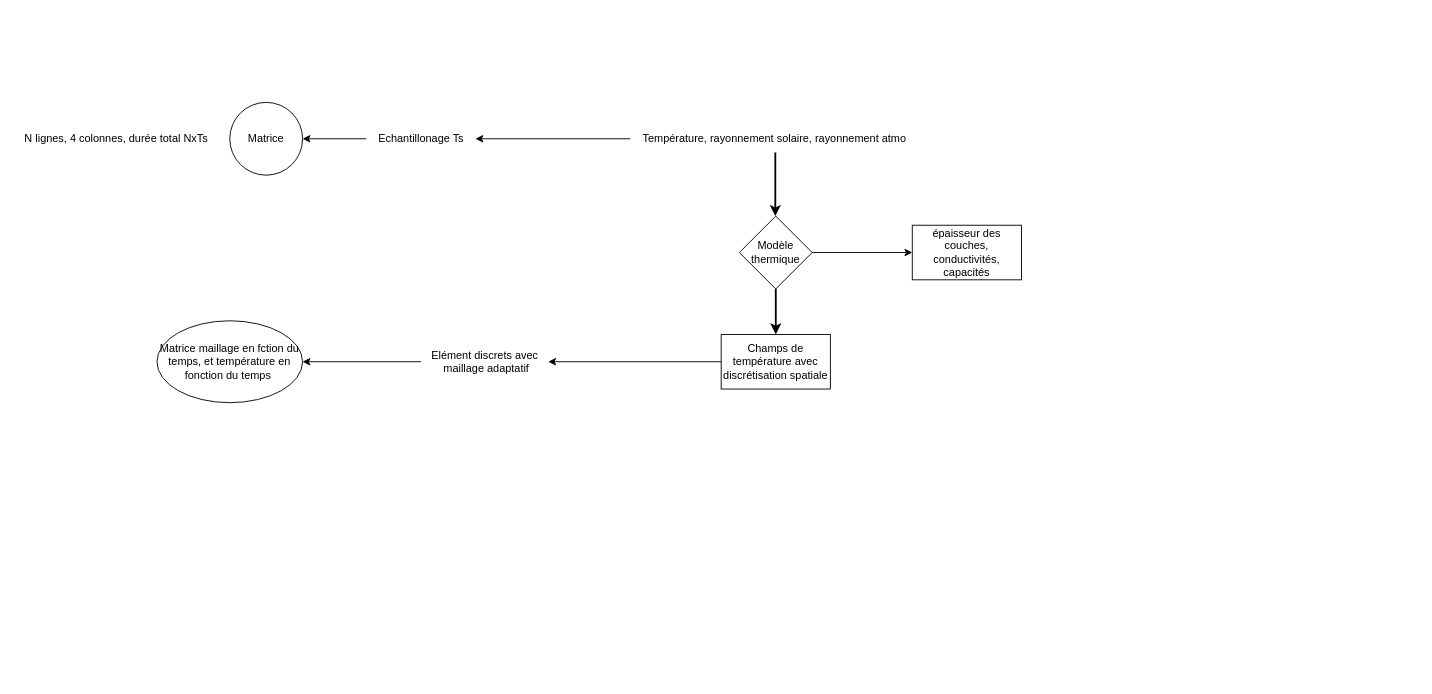
Belmondo86/EMGCU_git keeps this draw.io diagram as Diagramme sans nom.drawio. Above is the earlier version. Source tidied: cells renumbered, new cells numbered last; positions are measured from the earlier drawing's top-left corner, leaving out a move shared by most shapes. Both pictures are drawn from the tidied source at 91%, with x=0, y=0 at pixel (15, 102).
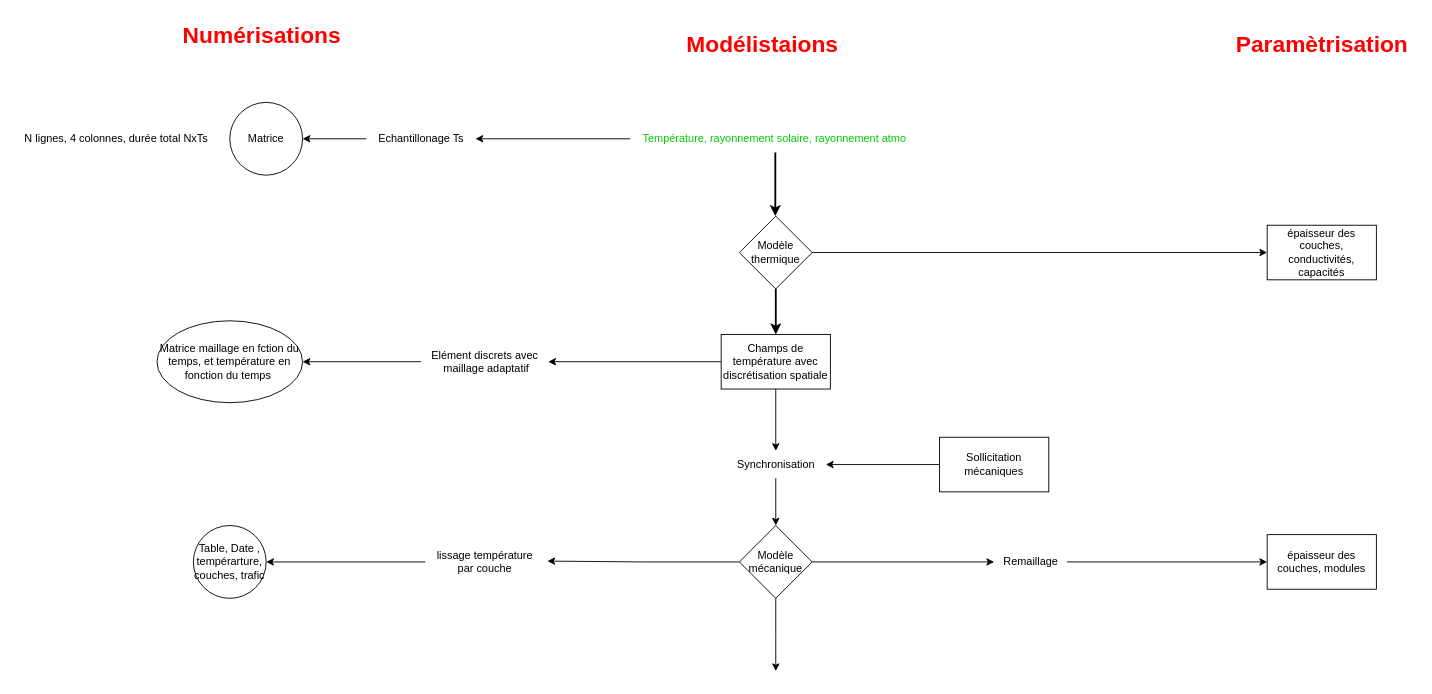
Above is the later version.

Commit message:
Mettre à jour Diagramme sans nom.drawio

The change refers to these unchanged cells:
```xml
<mxCell id="14" value="Champs de température avec discrétisation spatiale" style="whiteSpace=wrap;html=1;" parent="1" vertex="1">
  <mxGeometry x="775" y="255" width="120" height="60" as="geometry" />
</mxCell>
```

What changed in the source:
```diff
@@
     <mxCell id="2" value="épaisseur des couches, conductivités, capacités" style="rounded=0;whiteSpace=wrap;html=1;" parent="1" vertex="1">
-      <mxGeometry x="985" y="135" width="120" height="60" as="geometry" />
+      <mxGeometry x="1375" y="135" width="120" height="60" as="geometry" />
     </mxCell>
@@
-    <mxCell id="6" value="Température, rayonnement solaire, rayonnement atmo&amp;nbsp;" style="text;html=1;align=center;verticalAlign=middle;points=[];strokeColor=none;fillColor=none;" parent="1" vertex="1">
+    <mxCell id="6" value="&lt;font color=&quot;#00cc00&quot;&gt;Température, rayonnement solaire, rayonnement atmo&amp;nbsp;&lt;/font&gt;" style="text;html=1;align=center;verticalAlign=middle;points=[];strokeColor=none;fillColor=none;" parent="1" vertex="1">
       <mxGeometry x="675" y="25" width="320" height="30" as="geometry" />
     </mxCell>
@@
+    <mxCell id="18" style="edgeStyle=orthogonalEdgeStyle;rounded=0;jettySize=auto;html=1;" parent="1" edge="1" source="14" target="30">
+      <mxGeometry relative="1" as="geometry" />
+    </mxCell>
@@
+    <mxCell id="19" style="edgeStyle=orthogonalEdgeStyle;rounded=0;jettySize=auto;html=1;" parent="1" edge="1" source="22" target="32">
+      <mxGeometry relative="1" as="geometry" />
+    </mxCell>
+    <mxCell id="20" style="edgeStyle=orthogonalEdgeStyle;rounded=0;jettySize=auto;html=1;entryX=1.031;entryY=0.477;entryDx=0;entryDy=0;entryPerimeter=0;" parent="1" edge="1" source="22" target="34">
+      <mxGeometry relative="1" as="geometry" />
+    </mxCell>
+    <mxCell id="21" style="edgeStyle=orthogonalEdgeStyle;rounded=0;jettySize=auto;html=1;" parent="1" edge="1" source="22">
+      <mxGeometry relative="1" as="geometry">
+        <mxPoint x="835" y="625" as="targetPoint" />
+      </mxGeometry>
+    </mxCell>
+    <mxCell id="22" value="Modèle mécanique" style="rhombus;whiteSpace=wrap;html=1;" parent="1" vertex="1">
+      <mxGeometry x="795" y="465" width="80" height="80" as="geometry" />
+    </mxCell>
+    <mxCell id="23" value="&lt;font color=&quot;#ff0000&quot; style=&quot;font-size: 25px;&quot;&gt;&lt;b&gt;Numérisations&lt;/b&gt;&lt;/font&gt;" style="text;html=1;align=center;verticalAlign=middle;strokeColor=none;fillColor=none;" parent="1" vertex="1">
+      <mxGeometry x="170" y="-95" width="200" height="40" as="geometry" />
+    </mxCell>
+    <mxCell id="24" value="&lt;font color=&quot;#ff0000&quot; style=&quot;font-size: 25px;&quot;&gt;&lt;b&gt;Modélistaions&lt;/b&gt;&lt;/font&gt;" style="text;html=1;align=center;verticalAlign=middle;strokeColor=none;fillColor=none;" parent="1" vertex="1">
+      <mxGeometry x="725" y="-85" width="190" height="40" as="geometry" />
+    </mxCell>
+    <mxCell id="25" value="&lt;font color=&quot;#ff0000&quot; style=&quot;font-size: 25px;&quot;&gt;&lt;b&gt;Paramètrisation&lt;/b&gt;&lt;/font&gt;" style="text;html=1;align=center;verticalAlign=middle;strokeColor=none;fillColor=none;" parent="1" vertex="1">
+      <mxGeometry x="1330" y="-85" width="210" height="40" as="geometry" />
+    </mxCell>
+    <mxCell id="26" value="épaisseur des couches, modules" style="whiteSpace=wrap;html=1;" parent="1" vertex="1">
+      <mxGeometry x="1375" y="475" width="120" height="60" as="geometry" />
+    </mxCell>
+    <mxCell id="27" style="edgeStyle=orthogonalEdgeStyle;rounded=0;jettySize=auto;html=1;" parent="1" edge="1" source="28" target="30">
+      <mxGeometry relative="1" as="geometry" />
+    </mxCell>
+    <mxCell id="28" value="Sollicitation mécaniques" style="whiteSpace=wrap;html=1;" parent="1" vertex="1">
+      <mxGeometry x="1015" y="368" width="120" height="60" as="geometry" />
+    </mxCell>
+    <mxCell id="29" style="edgeStyle=orthogonalEdgeStyle;rounded=0;jettySize=auto;html=1;" parent="1" edge="1" source="30" target="22">
+      <mxGeometry relative="1" as="geometry" />
+    </mxCell>
+    <mxCell id="30" value="Synchronisation" style="text;html=1;align=center;verticalAlign=middle;points=[];strokeColor=none;fillColor=none;" parent="1" vertex="1">
+      <mxGeometry x="780" y="383" width="110" height="30" as="geometry" />
+    </mxCell>
+    <mxCell id="31" style="edgeStyle=orthogonalEdgeStyle;rounded=0;jettySize=auto;html=1;entryX=0;entryY=0.5;entryDx=0;entryDy=0;" parent="1" edge="1" source="32" target="26">
+      <mxGeometry relative="1" as="geometry" />
+    </mxCell>
+    <mxCell id="32" value="Remaillage" style="text;html=1;align=center;verticalAlign=middle;points=[];strokeColor=none;fillColor=none;" parent="1" vertex="1">
+      <mxGeometry x="1075" y="490" width="80" height="30" as="geometry" />
+    </mxCell>
+    <mxCell id="33" style="edgeStyle=orthogonalEdgeStyle;rounded=0;jettySize=auto;html=1;" parent="1" edge="1" source="34" target="35">
+      <mxGeometry relative="1" as="geometry" />
+    </mxCell>
+    <mxCell id="34" value="lissage température&lt;br&gt;&amp;nbsp;par couche&amp;nbsp;" style="text;html=1;align=center;verticalAlign=middle;points=[];strokeColor=none;fillColor=none;" parent="1" vertex="1">
+      <mxGeometry x="450" y="485" width="130" height="40" as="geometry" />
+    </mxCell>
+    <mxCell id="35" value="Table, Date , tempérarture, couches, trafic" style="ellipse;whiteSpace=wrap;html=1;" parent="1" vertex="1">
+      <mxGeometry x="195" y="465" width="80" height="80" as="geometry" />
+    </mxCell>
```
